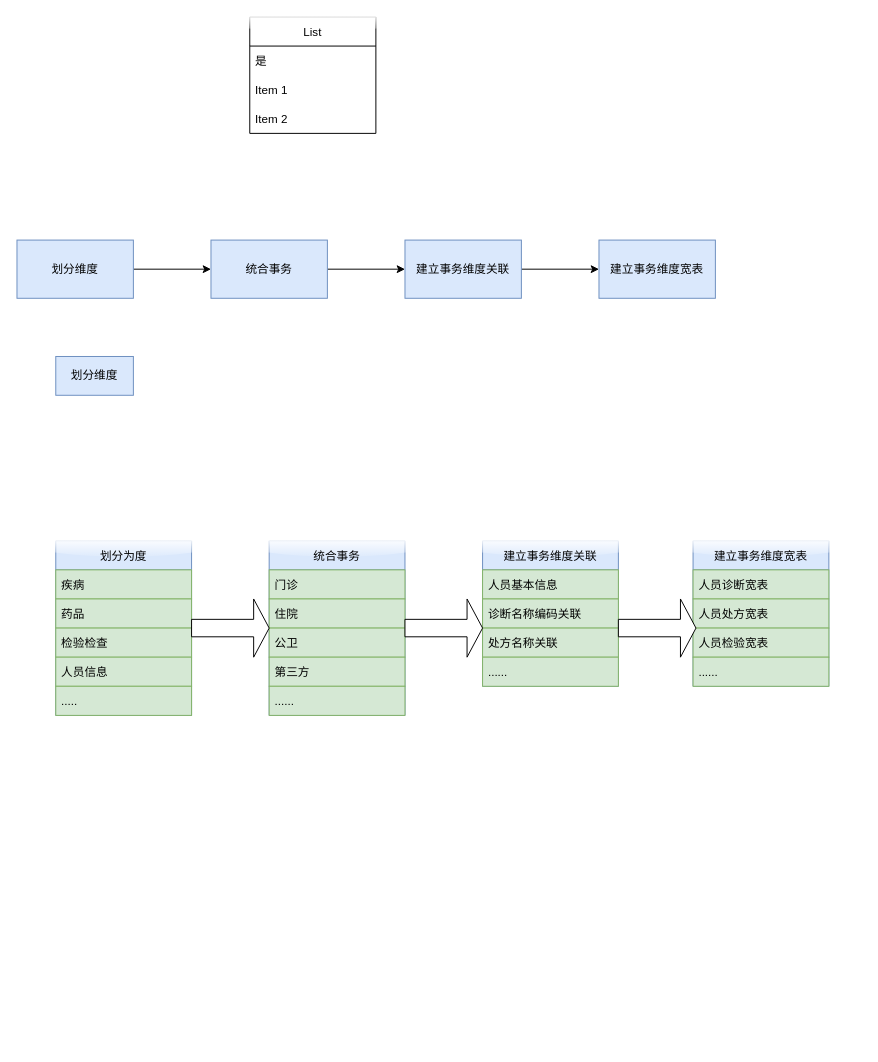
Before: 二层治理流程.drawio in BMFintern/test_demo, a draw.io diagram. Source tidied: cells renumbered, new cells numbered last; positions are measured from the earlier drawing's top-left corner, leaving out a move shared by most shapes. Both pictures are drawn from the tidied source at 97%, with x=0, y=0 at pixel (16, 16).
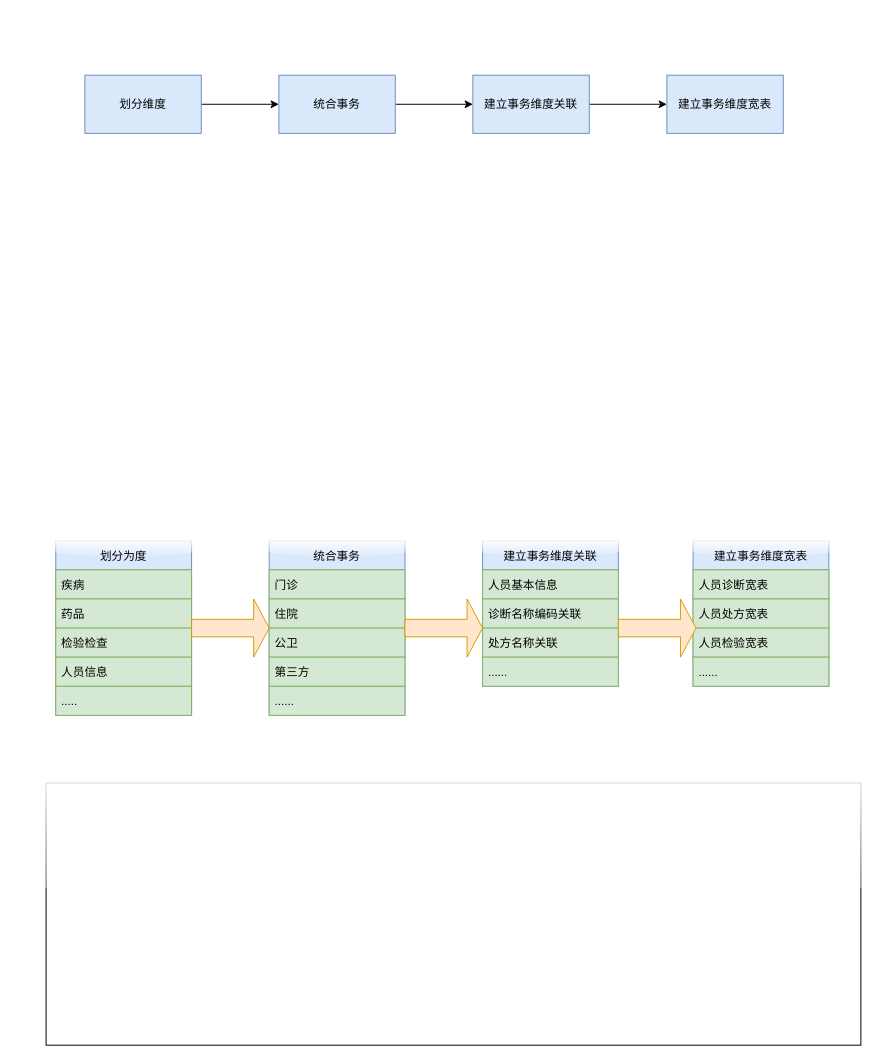
Above is the later version.

Commit message:
更新二层治理流程.drawio

Diff of the diagram source:
```diff
@@
     <mxCell id="3" value="划分维度" style="rounded=0;whiteSpace=wrap;html=1;fillColor=#dae8fc;strokeColor=#6c8ebf;" parent="1" vertex="1">
-      <mxGeometry y="230" width="120" height="60" as="geometry" />
+      <mxGeometry x="70" y="60" width="120" height="60" as="geometry" />
     </mxCell>
@@
     <mxCell id="5" value="统合事务" style="rounded=0;whiteSpace=wrap;html=1;fillColor=#dae8fc;strokeColor=#6c8ebf;" parent="1" vertex="1">
-      <mxGeometry x="200" y="230" width="120" height="60" as="geometry" />
+      <mxGeometry x="270" y="60" width="120" height="60" as="geometry" />
     </mxCell>
@@
     <mxCell id="7" value="建立事务维度关联" style="rounded=0;whiteSpace=wrap;html=1;fillColor=#dae8fc;strokeColor=#6c8ebf;" parent="1" vertex="1">
-      <mxGeometry x="400" y="230" width="120" height="60" as="geometry" />
+      <mxGeometry x="470" y="60" width="120" height="60" as="geometry" />
     </mxCell>
     <mxCell id="8" value="建立事务维度宽表" style="rounded=0;whiteSpace=wrap;html=1;fillColor=#dae8fc;strokeColor=#6c8ebf;" parent="1" vertex="1">
-      <mxGeometry x="600" y="230" width="120" height="60" as="geometry" />
+      <mxGeometry x="670" y="60" width="120" height="60" as="geometry" />
     </mxCell>
-    <mxCell id="9" value="划分维度" style="rounded=0;whiteSpace=wrap;html=1;fillColor=#dae8fc;strokeColor=#6c8ebf;" parent="1" vertex="1">
-      <mxGeometry x="40" y="350" width="80" height="40" as="geometry" />
-    </mxCell>
@@
-    <mxCell id="22" value="List" style="swimlane;fontStyle=0;horizontal=1;startSize=30;glass=1;" parent="1" vertex="1">
-      <mxGeometry x="240" width="130" height="120" as="geometry" />
-    </mxCell>
-    <mxCell id="23" value="是" style="text;strokeColor=none;fillColor=none;align=left;verticalAlign=middle;spacingLeft=4;spacingRight=4;overflow=hidden;glass=1;" parent="22" vertex="1">
-      <mxGeometry y="30" width="130" height="30" as="geometry" />
-    </mxCell>
-    <mxCell id="24" value="Item 1" style="text;strokeColor=none;fillColor=none;align=left;verticalAlign=middle;spacingLeft=4;spacingRight=4;overflow=hidden;glass=1;" parent="22" vertex="1">
-      <mxGeometry y="60" width="130" height="30" as="geometry" />
-    </mxCell>
-    <mxCell id="25" value="Item 2" style="text;strokeColor=none;fillColor=none;align=left;verticalAlign=middle;spacingLeft=4;spacingRight=4;overflow=hidden;glass=1;" parent="22" vertex="1">
-      <mxGeometry y="90" width="130" height="30" as="geometry" />
-    </mxCell>
@@
-    <mxCell id="36" style="shape=singleArrow;whiteSpace=wrap;html=1;glass=1;" parent="1" vertex="1">
+    <mxCell id="36" style="shape=singleArrow;whiteSpace=wrap;html=1;glass=1;fillColor=#ffe6cc;strokeColor=#d79b00;" parent="1" vertex="1">
       <mxGeometry x="180" y="600" width="80" height="60" as="geometry" />
     </mxCell>
-    <mxCell id="37" style="shape=singleArrow;whiteSpace=wrap;html=1;glass=1;" parent="1" vertex="1">
+    <mxCell id="37" style="shape=singleArrow;whiteSpace=wrap;html=1;glass=1;fillColor=#ffe6cc;strokeColor=#d79b00;" parent="1" vertex="1">
       <mxGeometry x="400" y="600" width="80" height="60" as="geometry" />
     </mxCell>
-    <mxCell id="38" style="shape=singleArrow;whiteSpace=wrap;html=1;glass=1;" parent="1" vertex="1">
+    <mxCell id="38" style="shape=singleArrow;whiteSpace=wrap;html=1;glass=1;fillColor=#ffe6cc;strokeColor=#d79b00;" parent="1" vertex="1">
       <mxGeometry x="620" y="600" width="80" height="60" as="geometry" />
     </mxCell>
+    <mxCell id="39" style="rounded=0;whiteSpace=wrap;html=1;glass=1;" parent="1" vertex="1">
+      <mxGeometry x="30" y="790" width="840" height="270" as="geometry" />
+    </mxCell>
```
